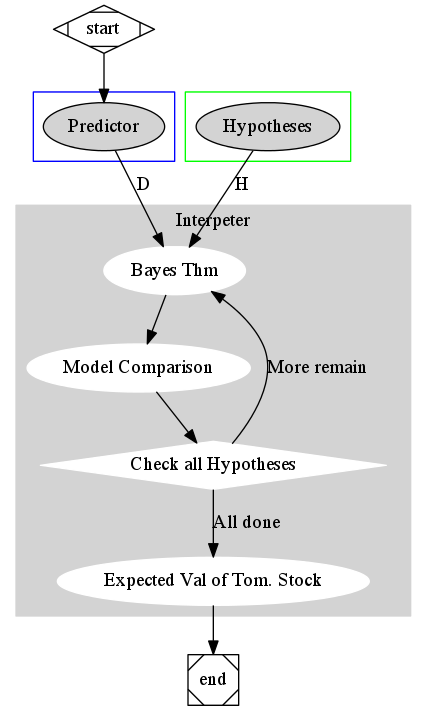
jakerockland/all-about-the-benjamins keeps this Graphviz diagram as interpreter/diagram.png. Above is the earlier version. Its source is kept beside it as interpreter/diagram.dot.
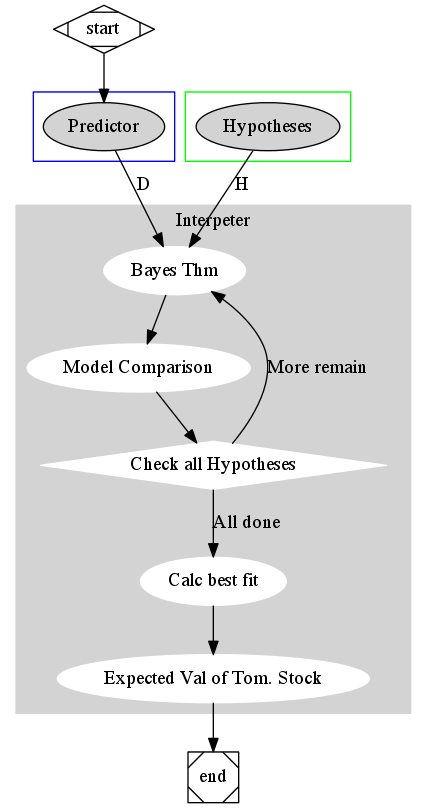
The same diagram one commit later.

Commit message:
added to diagram calc best fit

The edit, as a diff of the source:
```diff
@@ -4,9 +4,10 @@
 		color=lightgrey;
 		node [style=filled,color=white];
 		"Bayes Thm"->"Model Comparison"->"Check all Hypotheses";
-		"Check all Hypotheses"->"Expected Val of Tom. Stock" [label = "All done"];
+		"Check all Hypotheses"->"Calc best fit" [label = "All done"];
 		"Check all Hypotheses" [shape=diamond];
 		"Check all Hypotheses"->"Bayes Thm" [label = "More remain"];
+		"Calc best fit"->"Expected Val of Tom. Stock";
 		label = "Interpeter"
 	}
 
```
